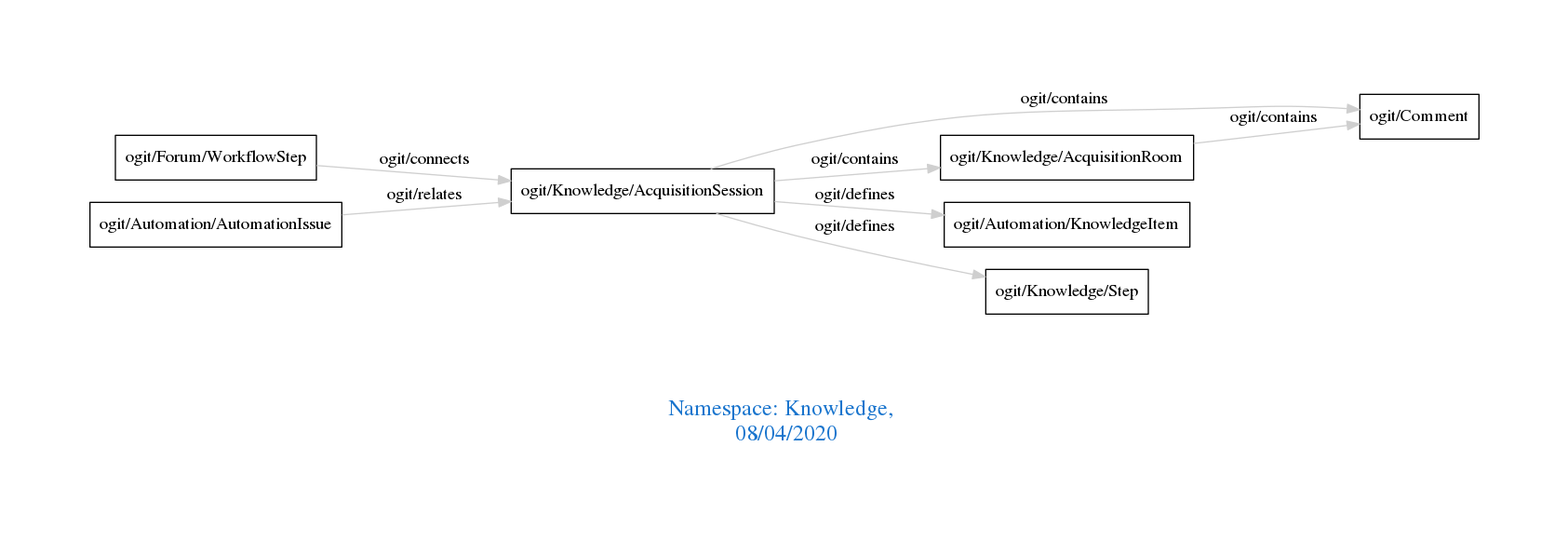
The Graphviz diagram downloads/Knowledge.png in arago/OGIT, before a commit. Its source is kept beside it as downloads/Knowledge.dot.
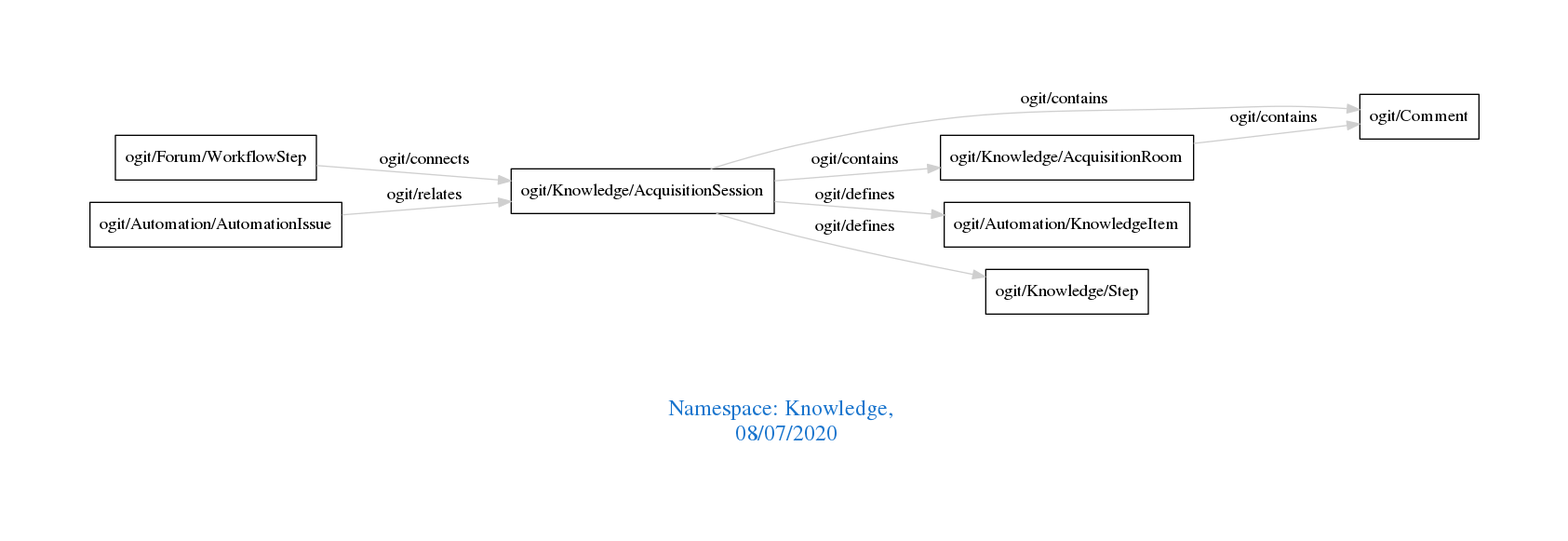
Later version of the same file.

What changed in the source:
```diff
@@ -1,7 +1,7 @@
 digraph OGIT_ontology {
  graph [ rankdir= LR,pad=1
 fontsize = 18,
-fontcolor= dodgerblue3,label = "\n\n\nNamespace: Knowledge, \n 08/04/2020"];
+fontcolor= dodgerblue3,label = "\n\n\nNamespace: Knowledge, \n 08/07/2020"];
 node[shape=polygon];
 edge [  color="gray81"];
 
```
